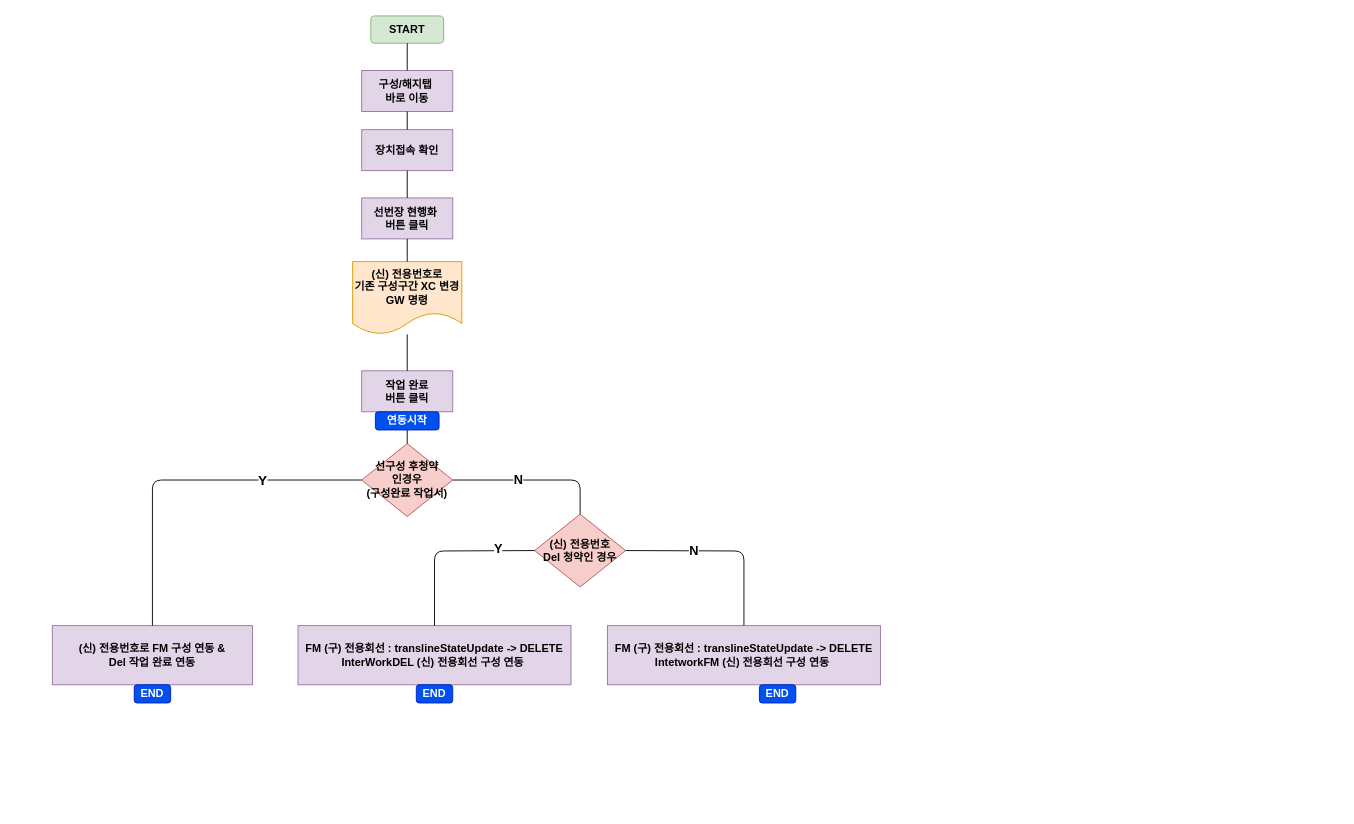
Before: 작업서 진행.drawio in CharmingTree/UML, a draw.io diagram. Source tidied: cells renumbered, new cells numbered last; positions are measured from the earlier drawing's top-left corner, leaving out a move shared by most shapes. Both pictures are drawn from the tidied source at 91%, with x=0, y=0 at pixel (52, 15).
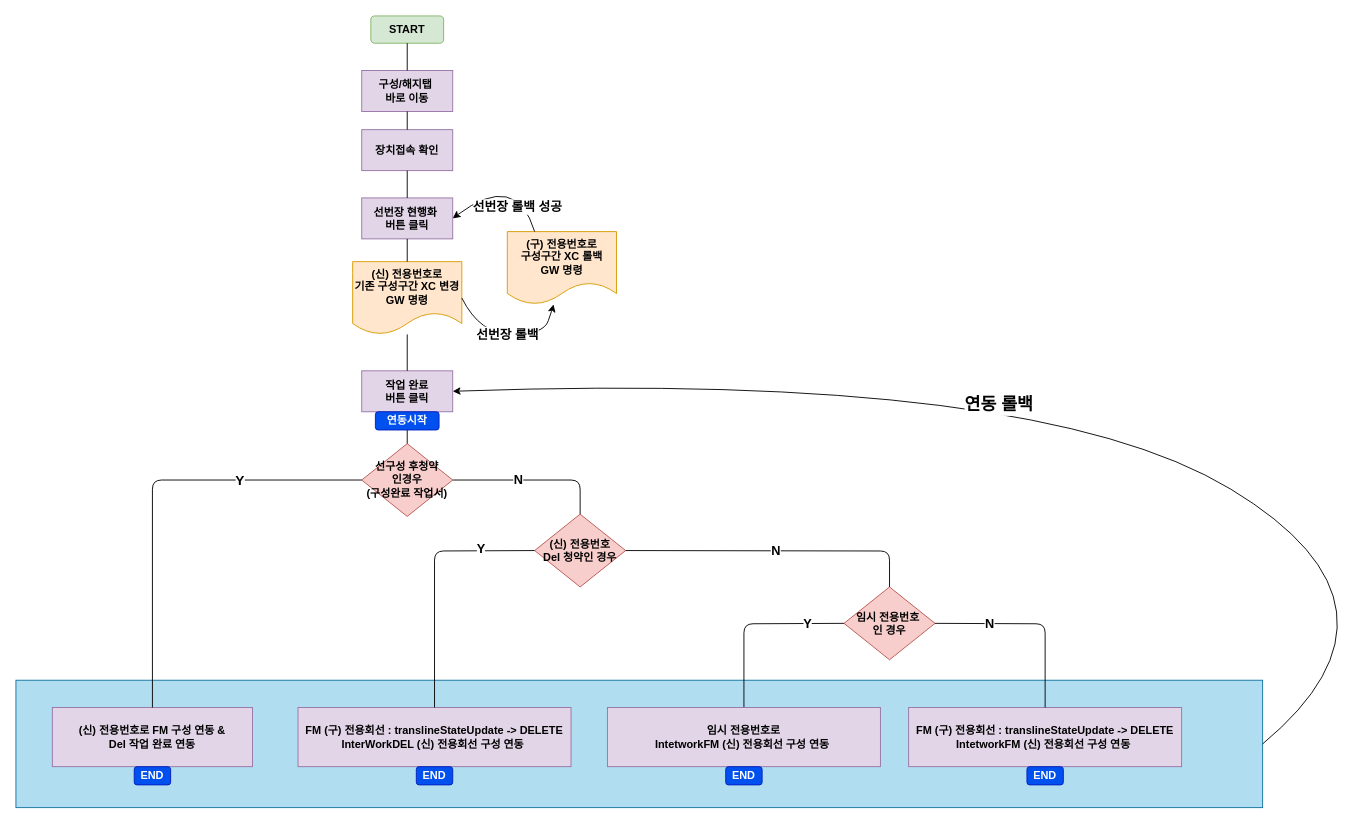
After the change.

Commit message:
Update 작업서 진행2.drawio

Unchanged cells that the change refers to:
```xml
<mxCell id="4" value="선번장 현행화&amp;nbsp;&lt;br&gt;버튼 클릭" style="rounded=0;whiteSpace=wrap;html=1;fillColor=#e1d5e7;strokeColor=#9673a6;fontStyle=1;" parent="1" vertex="1">
  <mxGeometry x="340" y="200" width="100" height="45" as="geometry" />
</mxCell>
<mxCell id="5" value="(신) 전용번호로&lt;br&gt;기존 구성구간 XC 변경 GW 명령" style="shape=document;whiteSpace=wrap;html=1;boundedLbl=1;fillColor=#ffe6cc;strokeColor=#d79b00;fontStyle=1;" parent="1" vertex="1">
  <mxGeometry x="330" y="270" width="120" height="80" as="geometry" />
</mxCell>
<mxCell id="6" value="작업 완료&lt;br&gt;버튼 클릭" style="rounded=0;whiteSpace=wrap;html=1;fillColor=#e1d5e7;strokeColor=#9673a6;fontStyle=1;" parent="1" vertex="1">
  <mxGeometry x="340" y="390" width="100" height="45" as="geometry" />
</mxCell>
<mxCell id="11" value="(신) 전용번호&lt;br&gt;Del 청약인 경우" style="rhombus;whiteSpace=wrap;html=1;fillColor=#f8cecc;strokeColor=#b85450;fontStyle=1;" parent="1" vertex="1">
  <mxGeometry x="530" y="547.5" width="100" height="80" as="geometry" />
</mxCell>
```

The edit, as a diff of the source:
```diff
@@
+    <mxCell id="28" style="rounded=0;whiteSpace=wrap;html=1;fontSize=14;verticalAlign=top;fillColor=#b1ddf0;strokeColor=#10739e;" parent="1" vertex="1">
+      <mxGeometry x="-40" y="730" width="1370" height="140" as="geometry" />
+    </mxCell>
@@
     <mxCell id="9" value="FM (구) 전용회선 : translineStateUpdate -&amp;gt; DELETE&lt;br&gt;InterWorkDEL (신) 전용회선 구성 연동&amp;nbsp;" style="rounded=0;whiteSpace=wrap;html=1;fillColor=#e1d5e7;strokeColor=#9673a6;fontStyle=1;" parent="1" vertex="1">
-      <mxGeometry x="270" y="670" width="300" height="65" as="geometry" />
+      <mxGeometry x="270" y="760" width="300" height="65" as="geometry" />
     </mxCell>
     <mxCell id="10" value="(신) 전용번호로 FM 구성 연동 &amp;amp;&lt;br&gt;Del 작업 완료 연동&lt;br&gt;" style="rounded=0;whiteSpace=wrap;html=1;fillColor=#e1d5e7;strokeColor=#9673a6;fontStyle=1;" parent="1" vertex="1">
-      <mxGeometry y="670" width="220" height="65" as="geometry" />
+      <mxGeometry y="760" width="220" height="65" as="geometry" />
     </mxCell>
@@
     <mxCell id="16" value="FM (구) 전용회선 : translineStateUpdate -&amp;gt; DELETE&lt;br&gt;IntetworkFM (신) 전용회선 구성 연동&amp;nbsp;" style="rounded=0;whiteSpace=wrap;html=1;fillColor=#e1d5e7;strokeColor=#9673a6;fontStyle=1;" parent="1" vertex="1">
-      <mxGeometry x="610" y="670" width="300" height="65" as="geometry" />
+      <mxGeometry x="941" y="760" width="300" height="65" as="geometry" />
     </mxCell>
-    <mxCell id="17" value="N" style="endArrow=none;html=1;entryX=1;entryY=0.5;entryDx=0;entryDy=0;exitX=0.5;exitY=0;exitDx=0;exitDy=0;fontSize=14;fontStyle=1;" parent="1" edge="1" source="16" target="11">
-      <mxGeometry x="0.29" relative="1" as="geometry">
-        <Array as="points">
-          <mxPoint x="760" y="588" />
-        </Array>
-      </mxGeometry>
-    </mxCell>
@@
     <mxCell id="24" value="END" style="rounded=1;whiteSpace=wrap;html=1;fillColor=#0050ef;strokeColor=#001DBC;fontColor=#ffffff;fontStyle=1;" parent="1" vertex="1">
-      <mxGeometry x="90" y="735" width="40" height="20" as="geometry" />
+      <mxGeometry x="90" y="825" width="40" height="20" as="geometry" />
     </mxCell>
     <mxCell id="25" value="END" style="rounded=1;whiteSpace=wrap;html=1;fillColor=#0050ef;strokeColor=#001DBC;fontColor=#ffffff;fontStyle=1;" parent="1" vertex="1">
-      <mxGeometry x="400" y="735" width="40" height="20" as="geometry" />
+      <mxGeometry x="400" y="825" width="40" height="20" as="geometry" />
     </mxCell>
     <mxCell id="26" value="END" style="rounded=1;whiteSpace=wrap;html=1;fillColor=#0050ef;strokeColor=#001DBC;fontColor=#ffffff;fontStyle=1;" parent="1" vertex="1">
-      <mxGeometry x="777" y="735" width="40" height="20" as="geometry" />
+      <mxGeometry x="1071" y="825" width="40" height="20" as="geometry" />
     </mxCell>
@@
+    <mxCell id="29" value="임시 전용번호&amp;nbsp;&lt;br&gt;인 경우" style="rhombus;whiteSpace=wrap;html=1;fillColor=#f8cecc;strokeColor=#b85450;fontStyle=1;" parent="1" vertex="1">
+      <mxGeometry x="870" y="627.5" width="100" height="80" as="geometry" />
+    </mxCell>
+    <mxCell id="30" value="N" style="endArrow=none;html=1;entryX=1;entryY=0.5;entryDx=0;entryDy=0;exitX=0.5;exitY=0;exitDx=0;exitDy=0;fontStyle=1;fontSize=14;" parent="1" edge="1" source="29" target="11">
+      <mxGeometry relative="1" as="geometry">
+        <Array as="points">
+          <mxPoint x="920" y="588" />
+        </Array>
+      </mxGeometry>
+    </mxCell>
+    <mxCell id="31" value="Y" style="endArrow=none;html=1;entryX=0;entryY=0.5;entryDx=0;entryDy=0;exitX=0.5;exitY=0;exitDx=0;exitDy=0;fontStyle=1;fontSize=14;" parent="1" edge="1" source="32" target="29">
+      <mxGeometry x="0.6" relative="1" as="geometry">
+        <Array as="points">
+          <mxPoint x="760" y="668" />
+        </Array>
+      </mxGeometry>
+    </mxCell>
+    <mxCell id="17" value="N" style="endArrow=none;html=1;entryX=1;entryY=0.5;entryDx=0;entryDy=0;exitX=0.5;exitY=0;exitDx=0;exitDy=0;fontSize=14;fontStyle=1;" parent="1" edge="1" source="16" target="29">
+      <mxGeometry x="0.44" relative="1" as="geometry">
+        <Array as="points">
+          <mxPoint x="1091" y="668" />
+        </Array>
+      </mxGeometry>
+    </mxCell>
+    <mxCell id="32" value="임시 전용번호로&lt;br&gt;IntetworkFM (신) 전용회선 구성 연동&amp;nbsp;" style="rounded=0;whiteSpace=wrap;html=1;fillColor=#e1d5e7;strokeColor=#9673a6;fontStyle=1;" parent="1" vertex="1">
+      <mxGeometry x="610" y="760" width="300" height="65" as="geometry" />
+    </mxCell>
+    <mxCell id="33" value="END" style="rounded=1;whiteSpace=wrap;html=1;fillColor=#0050ef;strokeColor=#001DBC;fontColor=#ffffff;fontStyle=1;" parent="1" vertex="1">
+      <mxGeometry x="740" y="825" width="40" height="20" as="geometry" />
+    </mxCell>
+    <mxCell id="34" value="(구) 전용번호로&lt;br&gt;구성구간 XC 롤백&lt;br&gt;GW 명령" style="shape=document;whiteSpace=wrap;html=1;boundedLbl=1;fillColor=#ffe6cc;strokeColor=#d79b00;fontStyle=1;" parent="1" vertex="1">
+      <mxGeometry x="500" y="237" width="120" height="80" as="geometry" />
+    </mxCell>
+    <mxCell id="35" value="선번장 롤백" style="curved=1;endArrow=classic;html=1;fontSize=14;exitX=1;exitY=0.5;exitDx=0;exitDy=0;fontStyle=1;" parent="1" edge="1" source="5" target="34">
+      <mxGeometry relative="1" as="geometry">
+        <Array as="points">
+          <mxPoint x="470" y="350" />
+          <mxPoint x="540" y="350" />
+          <mxPoint x="550" y="320" />
+        </Array>
+      </mxGeometry>
+    </mxCell>
+    <mxCell id="36" value="선번장 롤백 성공" style="curved=1;endArrow=classic;html=1;fontSize=14;entryX=1;entryY=0.5;entryDx=0;entryDy=0;exitX=0.25;exitY=0;exitDx=0;exitDy=0;fontStyle=1;" parent="1" edge="1" source="34" target="4">
+      <mxGeometry x="-0.6" y="11" relative="1" as="geometry">
+        <Array as="points">
+          <mxPoint x="510" y="170" />
+        </Array>
+      </mxGeometry>
+    </mxCell>
+    <mxCell id="37" value="연동 롤백" style="curved=1;endArrow=classic;html=1;fontSize=19;entryX=1;entryY=0.5;entryDx=0;entryDy=0;exitX=1;exitY=0.5;exitDx=0;exitDy=0;fontStyle=1;" parent="1" edge="1" source="28" target="6">
+      <mxGeometry x="0.13" y="38" relative="1" as="geometry">
+        <Array as="points">
+          <mxPoint x="1510" y="650" />
+          <mxPoint x="1080" y="390" />
+        </Array>
+        <mxPoint y="-1" as="offset" />
+      </mxGeometry>
+    </mxCell>
```
